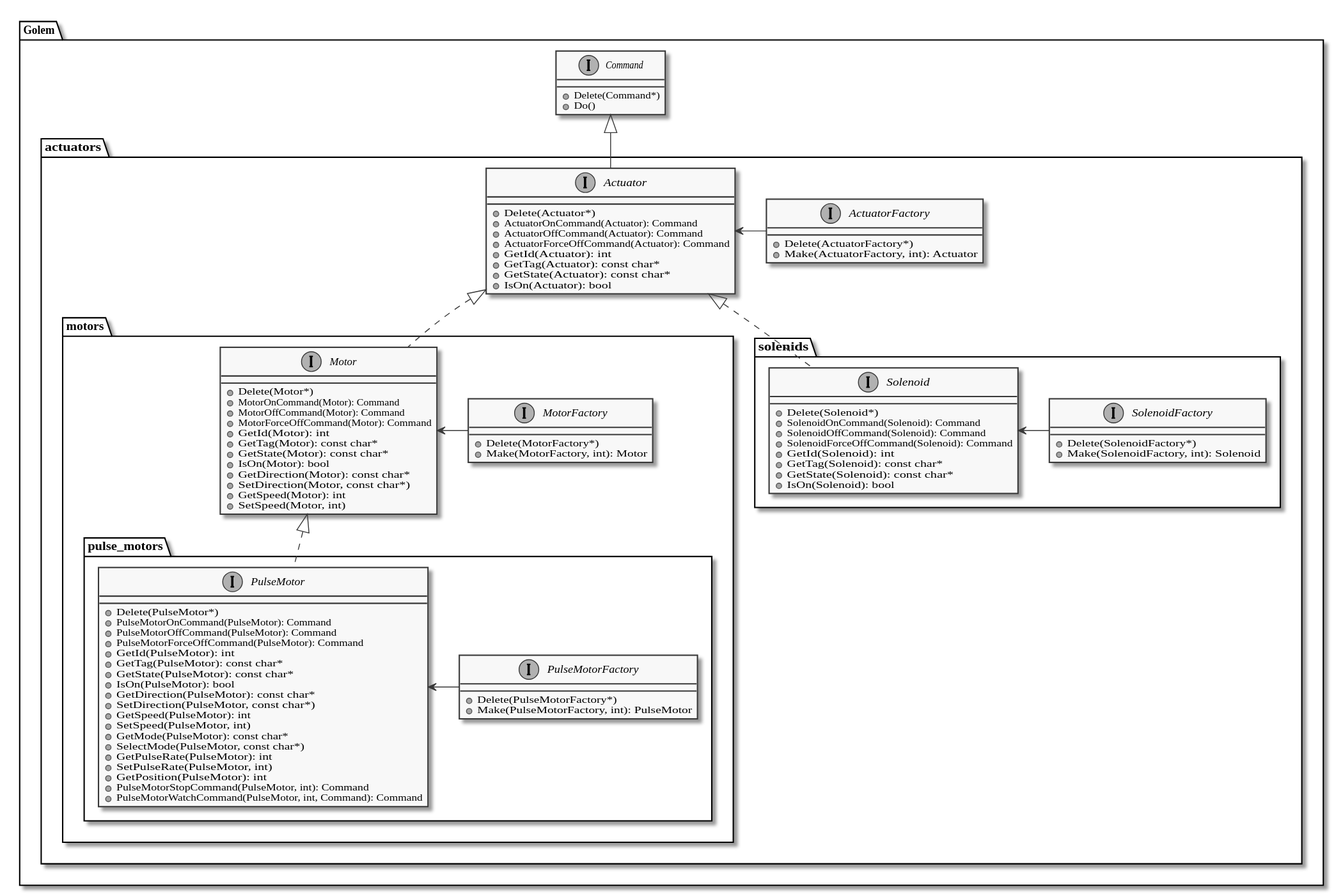
kokabe2/golem keeps this PlantUML diagram as doc/actuator_class_diagram.svg. Above is the earlier version.
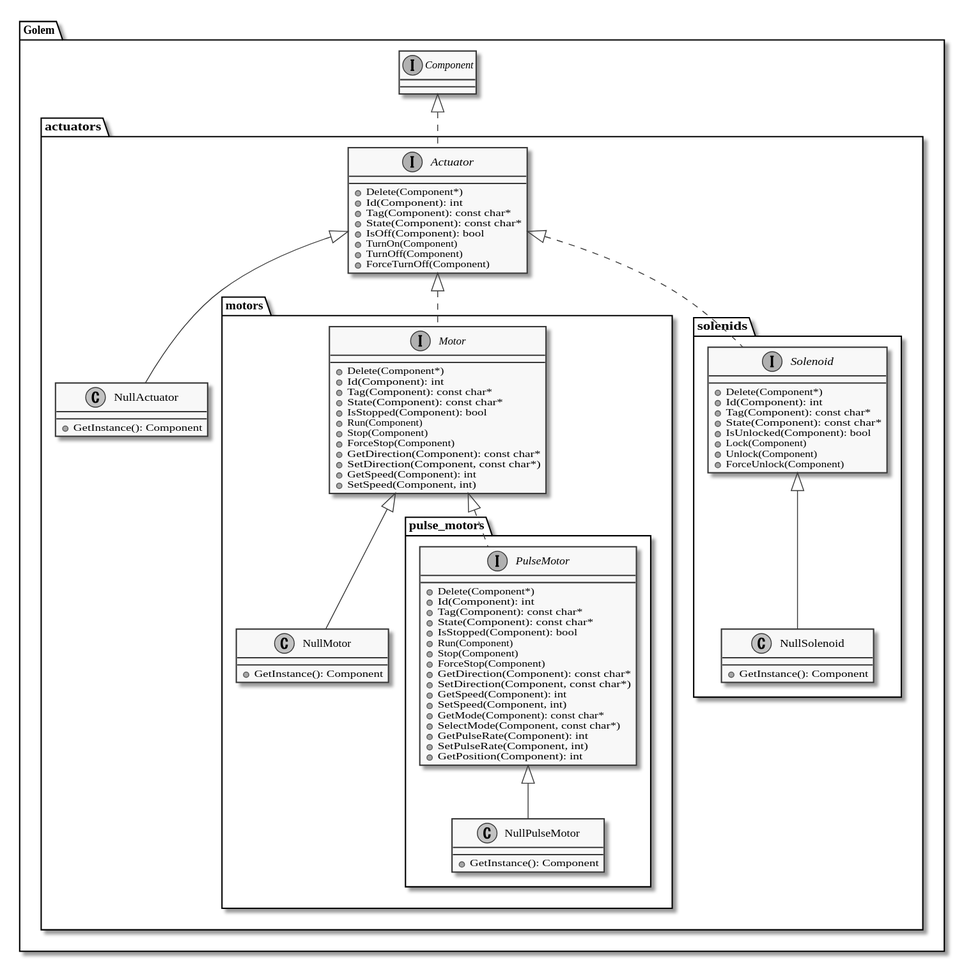
The same file after the commit.

Commit message:
Update class diagrams

Change to the diagram source:
```diff
@@ -5,109 +5,101 @@
 }
 
 package Golem {
-    interface Command {
-        + Delete(Command*)
-        + Do()
-    }
+    interface Component
 
     folder actuators {
         interface Actuator {
-            + Delete(Actuator*)
-            + ActuatorOnCommand(Actuator): Command
-            + ActuatorOffCommand(Actuator): Command
-            + ActuatorForceOffCommand(Actuator): Command
-            + GetId(Actuator): int
-            + GetTag(Actuator): const char*
-            + GetState(Actuator): const char*
-            + IsOn(Actuator): bool
+            + Delete(Component*)
+            + Id(Component): int
+            + Tag(Component): const char*
+            + State(Component): const char*
+            + IsOff(Component): bool
+            + TurnOn(Component)
+            + TurnOff(Component)
+            + ForceTurnOff(Component)
         }
 
-        interface ActuatorFactory {
-            + Delete(ActuatorFactory*)
-            + Make(ActuatorFactory, int): Actuator
+        class NullActuator {
+            + GetInstance(): Component
         }
 
         folder motors {
             interface Motor {
-                + Delete(Motor*)
-                + MotorOnCommand(Motor): Command
-                + MotorOffCommand(Motor): Command
-                + MotorForceOffCommand(Motor): Command
-                + GetId(Motor): int
-                + GetTag(Motor): const char*
-                + GetState(Motor): const char*
-                + IsOn(Motor): bool
-                + GetDirection(Motor): const char*
-                + SetDirection(Motor, const char*)
-                + GetSpeed(Motor): int
-                + SetSpeed(Motor, int)
+                + Delete(Component*)
+                + Id(Component): int
+                + Tag(Component): const char*
+                + State(Component): const char*
+                + IsStopped(Component): bool
+                + Run(Component)
+                + Stop(Component)
+                + ForceStop(Component)
+                + GetDirection(Component): const char*
+                + SetDirection(Component, const char*)
+                + GetSpeed(Component): int
+                + SetSpeed(Component, int)
             }
 
-            interface MotorFactory {
-                + Delete(MotorFactory*)
-                + Make(MotorFactory, int): Motor
+            class NullMotor {
+                + GetInstance(): Component
             }
 
             folder pulse_motors {
                 interface PulseMotor {
-                    + Delete(PulseMotor*)
-                    + PulseMotorOnCommand(PulseMotor): Command
-                    + PulseMotorOffCommand(PulseMotor): Command
-                    + PulseMotorForceOffCommand(PulseMotor): Command
-                    + GetId(PulseMotor): int
-                    + GetTag(PulseMotor): const char*
-                    + GetState(PulseMotor): const char*
-                    + IsOn(PulseMotor): bool
-                    + GetDirection(PulseMotor): const char*
-                    + SetDirection(PulseMotor, const char*)
-                    + GetSpeed(PulseMotor): int
-                    + SetSpeed(PulseMotor, int)
-                    + GetMode(PulseMotor): const char*
-                    + SelectMode(PulseMotor, const char*)
-                    + GetPulseRate(PulseMotor): int
-                    + SetPulseRate(PulseMotor, int)
-                    + GetPosition(PulseMotor): int
-                    + PulseMotorStopCommand(PulseMotor, int): Command
-                    + PulseMotorWatchCommand(PulseMotor, int, Command): Command
+                    + Delete(Component*)
+                    + Id(Component): int
+                    + Tag(Component): const char*
+                    + State(Component): const char*
+                    + IsStopped(Component): bool
+                    + Run(Component)
+                    + Stop(Component)
+                    + ForceStop(Component)
+                    + GetDirection(Component): const char*
+                    + SetDirection(Component, const char*)
+                    + GetSpeed(Component): int
+                    + SetSpeed(Component, int)
+                    + GetMode(Component): const char*
+                    + SelectMode(Component, const char*)
+                    + GetPulseRate(Component): int
+                    + SetPulseRate(Component, int)
+                    + GetPosition(Component): int
                 }
 
-                interface PulseMotorFactory {
-                    + Delete(PulseMotorFactory*)
-                    + Make(PulseMotorFactory, int): PulseMotor
+                class NullPulseMotor {
+                    + GetInstance(): Component
                 }
 
-                PulseMotor <- PulseMotorFactory
+                PulseMotor <|-- NullPulseMotor
             }
 
-            Motor <- MotorFactory
+            Motor <|-- NullMotor
             Motor <|.. PulseMotor
         }
 
         folder solenids {
             interface Solenoid {
-                + Delete(Solenoid*)
-                + SolenoidOnCommand(Solenoid): Command
-                + SolenoidOffCommand(Solenoid): Command
-                + SolenoidForceOffCommand(Solenoid): Command
-                + GetId(Solenoid): int
-                + GetTag(Solenoid): const char*
-                + GetState(Solenoid): const char*
-                + IsOn(Solenoid): bool
+                + Delete(Component*)
+                + Id(Component): int
+                + Tag(Component): const char*
+                + State(Component): const char*
+                + IsUnlocked(Component): bool
+                + Lock(Component)
+                + Unlock(Component)
+                + ForceUnlock(Component)
             }
 
-            interface SolenoidFactory {
-                + Delete(SolenoidFactory*)
-                + Make(SolenoidFactory, int): Solenoid
+            class NullSolenoid {
+                + GetInstance(): Component
             }
 
-            Solenoid <- SolenoidFactory
+            Solenoid <|-- NullSolenoid
         }
 
+        Actuator <|-- NullActuator
         Actuator <|.. Motor
         Actuator <|.. Solenoid
     }
 
-    Command <|-- Actuator
-    Actuator <- ActuatorFactory
+    Component <|.. Actuator
 }
+
 @enduml
```
